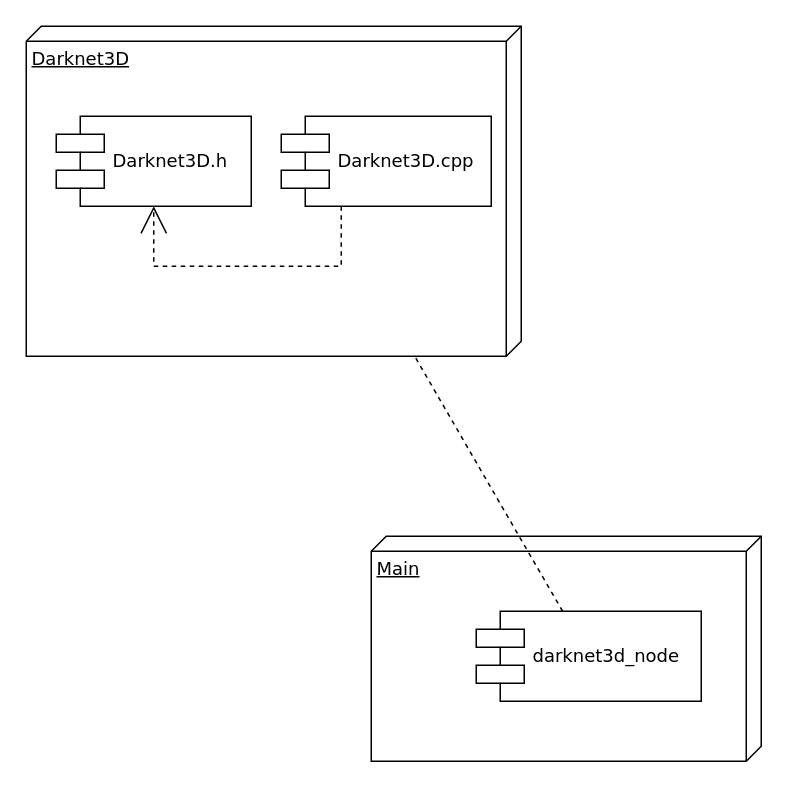
This is diagrams/components_diagram/Untitled Diagram.drawio from fgonzalezr1998/tfg_src, a draw.io file, before an edit. Source tidied: cells renumbered, new cells numbered last; positions are measured from the earlier drawing's top-left corner, leaving out a move shared by most shapes. Both pictures are drawn from the tidied source at 150%, with x=0, y=0 at pixel (26, 26).
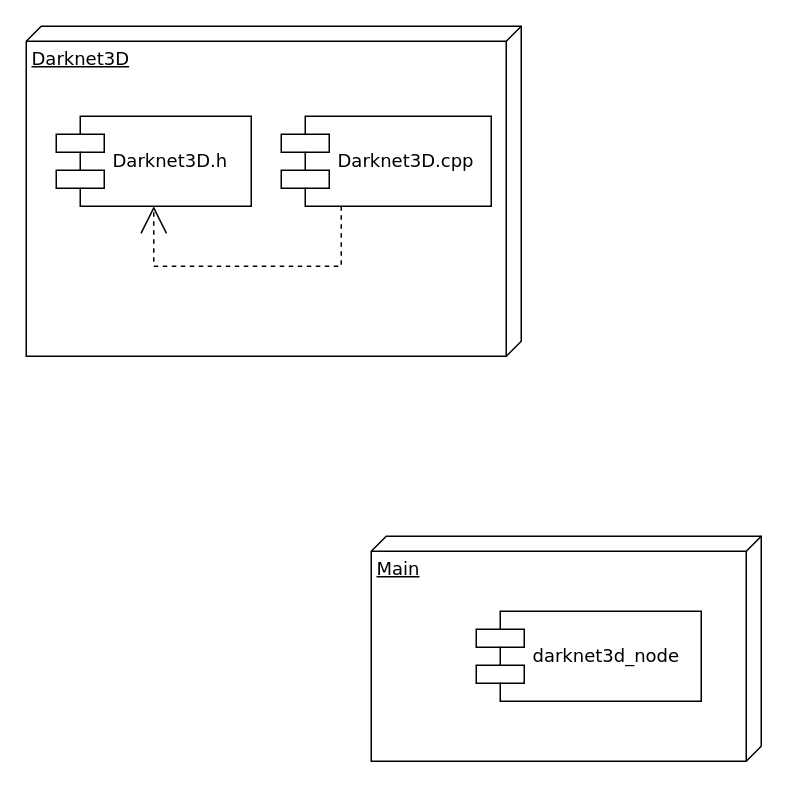
The same page after the edit.

The edit, as a diff of the source:
```diff
@@
 <mxGraphModel>
   <root>
     <mxCell id="0" />
     <mxCell id="1" parent="0" />
     <mxCell id="2" value="Main" style="verticalAlign=top;align=left;spacingTop=8;spacingLeft=2;spacingRight=12;shape=cube;size=10;direction=south;fontStyle=4;html=1;rounded=0;shadow=0;comic=0;labelBackgroundColor=none;strokeWidth=1;fontFamily=Verdana;fontSize=12;" parent="1" vertex="1">
       <mxGeometry x="230" y="340" width="260" height="150" as="geometry" />
     </mxCell>
     <mxCell id="3" value="darknet3d_node" style="shape=component;align=left;spacingLeft=36;rounded=0;shadow=0;comic=0;labelBackgroundColor=none;strokeWidth=1;fontFamily=Verdana;fontSize=12;html=1;" parent="1" vertex="1">
       <mxGeometry x="300" y="390" width="150" height="60" as="geometry" />
     </mxCell>
-    <mxCell id="4" style="edgeStyle=none;rounded=0;html=1;dashed=1;labelBackgroundColor=none;startArrow=none;startFill=0;startSize=8;endArrow=open;endFill=0;endSize=16;fontFamily=Verdana;fontSize=12;" parent="1" edge="1" source="3">
-      <mxGeometry relative="1" as="geometry">
-        <mxPoint x="235" y="178.7" as="targetPoint" />
-      </mxGeometry>
-    </mxCell>
     <mxCell id="5" style="group;" parent="1" vertex="1">
       <mxGeometry width="330" height="220" as="geometry" />
     </mxCell>
     <mxCell id="6" value="Darknet3D" style="verticalAlign=top;align=left;spacingTop=8;spacingLeft=2;spacingRight=12;shape=cube;size=10;direction=south;fontStyle=4;html=1;rounded=0;shadow=0;comic=0;labelBackgroundColor=none;strokeWidth=1;fontFamily=Verdana;fontSize=12;" parent="5" vertex="1">
       <mxGeometry width="330" height="220" as="geometry" />
     </mxCell>
     <mxCell id="7" value="Darknet3D.cpp" style="shape=component;align=left;spacingLeft=36;rounded=0;shadow=0;comic=0;labelBackgroundColor=none;strokeWidth=1;fontFamily=Verdana;fontSize=12;html=1;" parent="5" vertex="1">
       <mxGeometry x="170" y="60" width="140" height="60" as="geometry" />
     </mxCell>
     <mxCell id="8" style="edgeStyle=orthogonalEdgeStyle;rounded=0;html=1;labelBackgroundColor=none;startArrow=none;startFill=0;startSize=8;endArrow=open;endFill=0;endSize=16;fontFamily=Verdana;fontSize=12;dashed=1;entryX=0.5;entryY=1;entryDx=0;entryDy=0;" parent="5" edge="1" source="7" target="9">
       <mxGeometry relative="1" as="geometry">
         <Array as="points">
           <mxPoint x="210" y="160" />
           <mxPoint x="85" y="160" />
         </Array>
       </mxGeometry>
     </mxCell>
     <mxCell id="9" value="Darknet3D.h" style="shape=component;align=left;spacingLeft=36;rounded=0;shadow=0;comic=0;labelBackgroundColor=none;strokeWidth=1;fontFamily=Verdana;fontSize=12;html=1;" parent="5" vertex="1">
       <mxGeometry x="20" y="60" width="130" height="60" as="geometry" />
     </mxCell>
   </root>
 </mxGraphModel>
```
